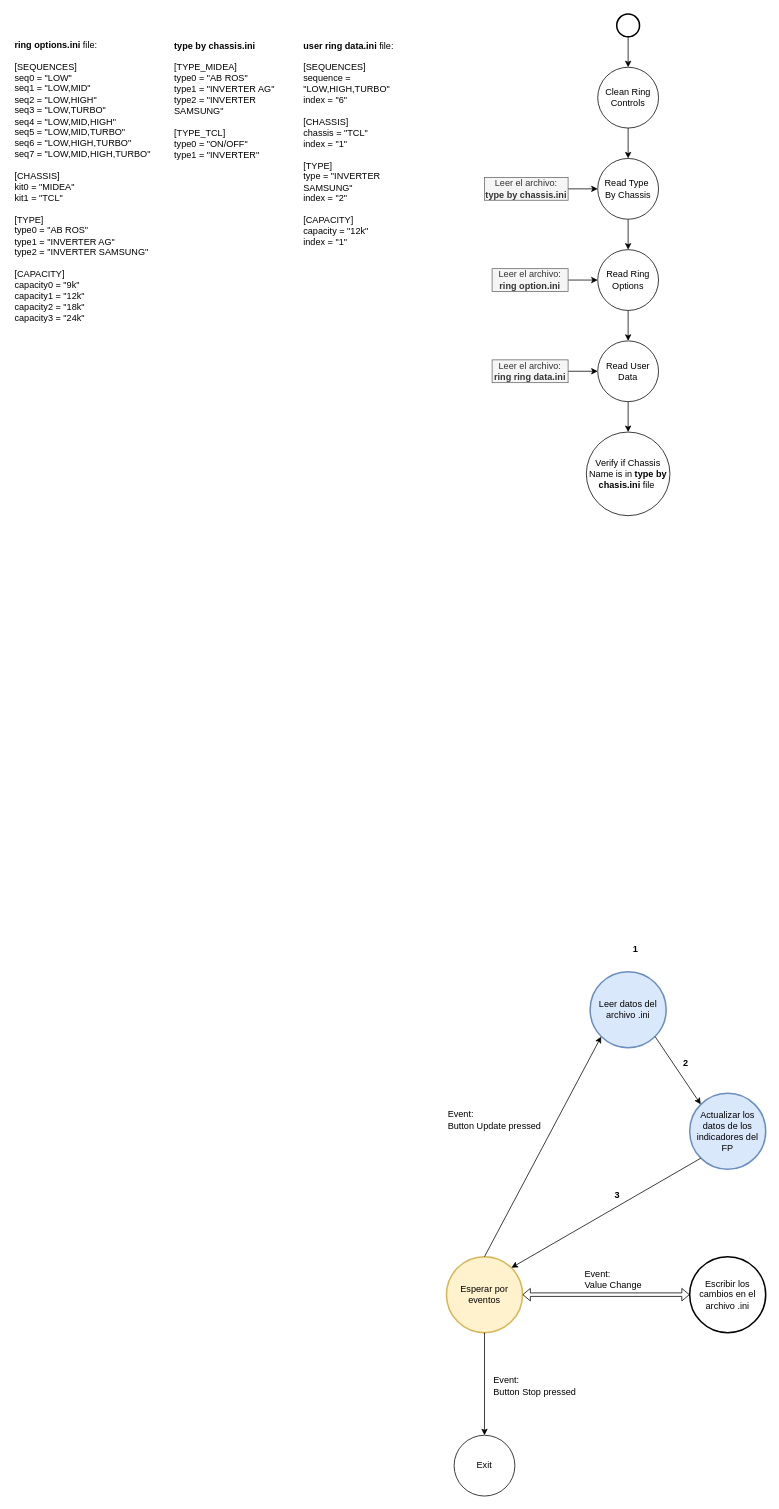
Above: page "Página-2" (2 of 2) of documentation/Diagrama de flujo2.drawio in rnt-code/Actualizacion-Dinamica-y-Persistente-de-Datos-en-el-Panel-Frontal (draw.io), before the change. Source tidied: cells renumbered, new cells numbered last; positions are measured from the earlier drawing's top-left corner, leaving out a move shared by most shapes. Both pictures are drawn from the tidied source at 76%, with x=0, y=0 at pixel (13, 14).
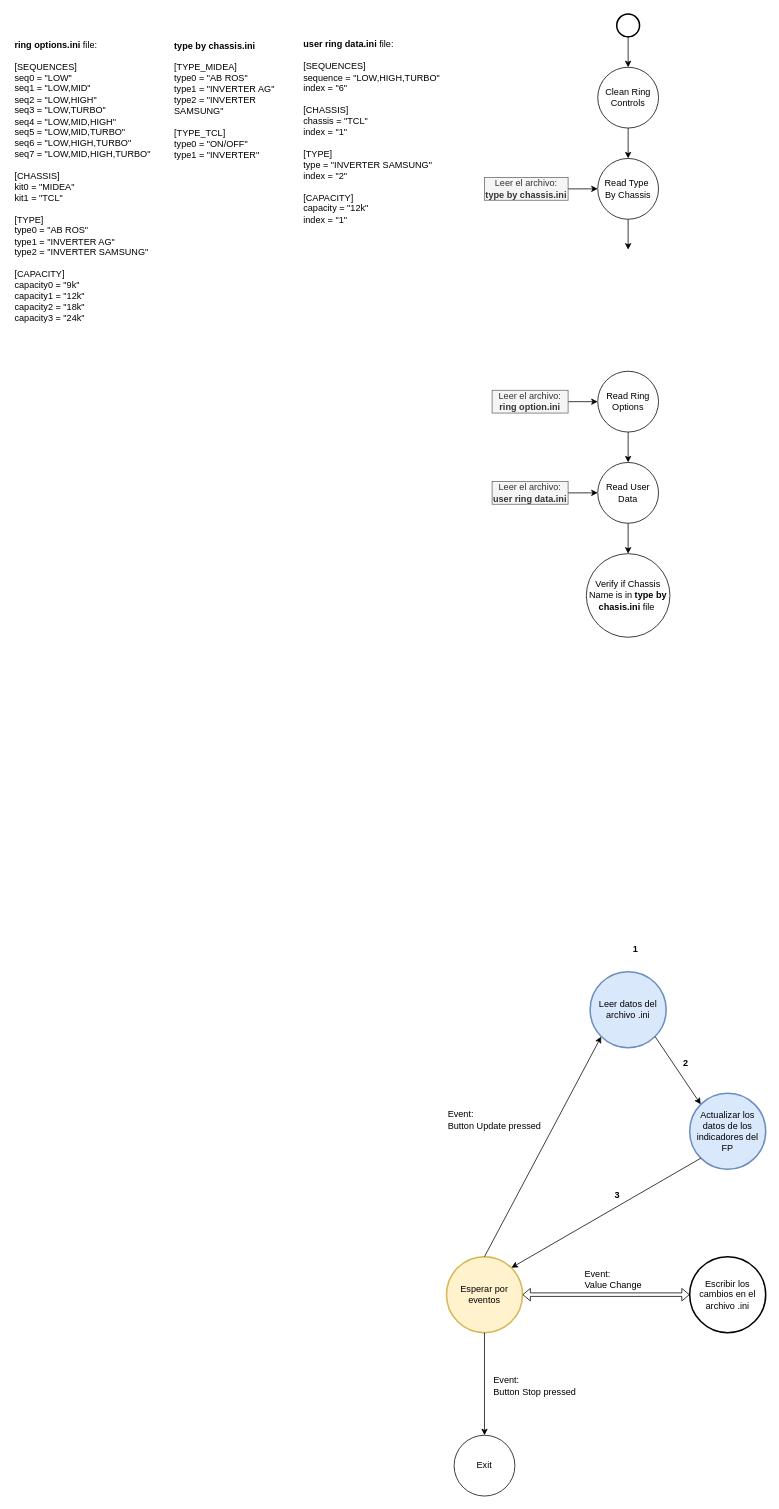
After the change.

Unchanged cells that the change refers to:
```xml
<mxCell id="32" value="Read Type&amp;nbsp;&lt;div&gt;By Chassis&lt;/div&gt;" style="ellipse;whiteSpace=wrap;html=1;" parent="1" vertex="1">
  <mxGeometry x="769" y="190" width="80" height="80" as="geometry" />
</mxCell>
```

What changed in the source:
```diff
@@
     <mxCell id="22" value="Verify if Chassis Name is in &lt;b&gt;type by chasis.ini&lt;/b&gt; file&amp;nbsp;" style="ellipse;whiteSpace=wrap;html=1;" parent="1" vertex="1">
-      <mxGeometry x="754" y="550" width="110" height="110" as="geometry" />
+      <mxGeometry x="754" y="710" width="110" height="110" as="geometry" />
     </mxCell>
@@
     <mxCell id="24" value="Read Ring Options" style="ellipse;whiteSpace=wrap;html=1;" parent="1" vertex="1">
-      <mxGeometry x="769" y="310" width="80" height="80" as="geometry" />
+      <mxGeometry x="769" y="470" width="80" height="80" as="geometry" />
     </mxCell>
     <mxCell id="25" style="edgeStyle=orthogonalEdgeStyle;rounded=0;jettySize=auto;html=1;exitX=1;exitY=0.5;exitDx=0;exitDy=0;entryX=0;entryY=0.5;entryDx=0;entryDy=0;" parent="1" edge="1" source="26">
       <mxGeometry relative="1" as="geometry">
-        <mxPoint x="769" y="470" as="targetPoint" />
+        <mxPoint x="769" y="630" as="targetPoint" />
       </mxGeometry>
     </mxCell>
-    <mxCell id="26" value="Leer el archivo: &lt;b&gt;ring ring data.ini&lt;/b&gt;" style="text;html=1;strokeColor=#666666;fillColor=#f5f5f5;align=center;verticalAlign=middle;whiteSpace=wrap;rounded=0;fontColor=#333333;" parent="1" vertex="1">
-      <mxGeometry x="630" y="455" width="100" height="30" as="geometry" />
+    <mxCell id="26" value="Leer el archivo: &lt;b&gt;user&amp;nbsp;ring data.ini&lt;/b&gt;" style="text;html=1;strokeColor=#666666;fillColor=#f5f5f5;align=center;verticalAlign=middle;whiteSpace=wrap;rounded=0;fontColor=#333333;" parent="1" vertex="1">
+      <mxGeometry x="630" y="615" width="100" height="30" as="geometry" />
     </mxCell>
@@
     <mxCell id="28" value="Read User Data" style="ellipse;whiteSpace=wrap;html=1;" parent="1" vertex="1">
-      <mxGeometry x="769" y="430" width="80" height="80" as="geometry" />
+      <mxGeometry x="769" y="590" width="80" height="80" as="geometry" />
     </mxCell>
@@
-    <mxCell id="31" style="edgeStyle=orthogonalEdgeStyle;rounded=0;jettySize=auto;html=1;exitX=0.5;exitY=1;exitDx=0;exitDy=0;entryX=0.5;entryY=0;entryDx=0;entryDy=0;" parent="1" edge="1" source="32" target="24">
-      <mxGeometry relative="1" as="geometry" />
+    <mxCell id="31" style="edgeStyle=orthogonalEdgeStyle;rounded=0;jettySize=auto;html=1;exitX=0.5;exitY=1;exitDx=0;exitDy=0;" parent="1" edge="1" source="32">
+      <mxGeometry relative="1" as="geometry">
+        <mxPoint x="809" y="310" as="targetPoint" />
+      </mxGeometry>
     </mxCell>
@@
     <mxCell id="33" style="edgeStyle=orthogonalEdgeStyle;rounded=0;jettySize=auto;html=1;exitX=1;exitY=0.5;exitDx=0;exitDy=0;entryX=0;entryY=0.5;entryDx=0;entryDy=0;" parent="1" edge="1" source="34">
       <mxGeometry relative="1" as="geometry">
-        <mxPoint x="769" y="350" as="targetPoint" />
+        <mxPoint x="769" y="510" as="targetPoint" />
       </mxGeometry>
     </mxCell>
     <mxCell id="34" value="Leer el archivo: &lt;b&gt;ring option.ini&lt;/b&gt;" style="text;html=1;strokeColor=#666666;fillColor=#f5f5f5;align=center;verticalAlign=middle;whiteSpace=wrap;rounded=0;fontColor=#333333;" parent="1" vertex="1">
-      <mxGeometry x="630" y="335" width="100" height="30" as="geometry" />
+      <mxGeometry x="630" y="495" width="100" height="30" as="geometry" />
     </mxCell>
-    <mxCell id="35" style="group;" parent="1" vertex="1">
-      <mxGeometry y="30" width="530" height="380" as="geometry" />
-    </mxCell>
-    <mxCell id="36" value="&lt;div&gt;&lt;b&gt;user ring data.ini&lt;/b&gt; file:&lt;/div&gt;&lt;div&gt;&lt;br&gt;&lt;/div&gt;&lt;div&gt;[SEQUENCES]&lt;/div&gt;&lt;div&gt;sequence = &quot;LOW,HIGH,TURBO&quot;&lt;/div&gt;&lt;div&gt;index = &quot;6&quot;&lt;/div&gt;&lt;div&gt;&lt;br&gt;&lt;/div&gt;&lt;div&gt;[CHASSIS]&lt;/div&gt;&lt;div&gt;chassis = &quot;TCL&quot;&lt;/div&gt;&lt;div&gt;index = &quot;1&quot;&lt;/div&gt;&lt;div&gt;&lt;br&gt;&lt;/div&gt;&lt;div&gt;[TYPE]&lt;/div&gt;&lt;div&gt;type = &quot;INVERTER SAMSUNG&quot;&lt;/div&gt;&lt;div&gt;index = &quot;2&quot;&lt;/div&gt;&lt;div&gt;&lt;br&gt;&lt;/div&gt;&lt;div&gt;[CAPACITY]&lt;/div&gt;&lt;div&gt;capacity = &quot;12k&quot;&lt;/div&gt;&lt;div&gt;index = &quot;1&quot;&lt;/div&gt;" style="text;html=1;strokeColor=none;fillColor=none;align=left;verticalAlign=bottom;whiteSpace=wrap;rounded=0;" parent="35" vertex="1">
-      <mxGeometry x="380" width="150" height="280" as="geometry" />
+    <mxCell id="36" value="&lt;div&gt;&lt;b&gt;user ring data.ini&lt;/b&gt; file:&lt;/div&gt;&lt;div&gt;&lt;br&gt;&lt;/div&gt;&lt;div&gt;[SEQUENCES]&lt;/div&gt;&lt;div&gt;sequence = &quot;LOW,HIGH,TURBO&quot;&lt;/div&gt;&lt;div&gt;index = &quot;6&quot;&lt;/div&gt;&lt;div&gt;&lt;br&gt;&lt;/div&gt;&lt;div&gt;[CHASSIS]&lt;/div&gt;&lt;div&gt;chassis = &quot;TCL&quot;&lt;/div&gt;&lt;div&gt;index = &quot;1&quot;&lt;/div&gt;&lt;div&gt;&lt;br&gt;&lt;/div&gt;&lt;div&gt;[TYPE]&lt;/div&gt;&lt;div&gt;type = &quot;INVERTER SAMSUNG&quot;&lt;/div&gt;&lt;div&gt;index = &quot;2&quot;&lt;/div&gt;&lt;div&gt;&lt;br&gt;&lt;/div&gt;&lt;div&gt;[CAPACITY]&lt;/div&gt;&lt;div&gt;capacity = &quot;12k&quot;&lt;/div&gt;&lt;div&gt;index = &quot;1&quot;&lt;/div&gt;" style="text;html=1;strokeColor=none;fillColor=none;align=left;verticalAlign=bottom;whiteSpace=wrap;rounded=0;" parent="1" vertex="1">
+      <mxGeometry x="380" y="30" width="200" height="250" as="geometry" />
     </mxCell>
-    <mxCell id="37" value="&lt;div&gt;&lt;b&gt;type by chassis.ini&lt;/b&gt;&lt;/div&gt;&lt;div&gt;&lt;br&gt;&lt;/div&gt;&lt;div&gt;[TYPE_MIDEA]&lt;/div&gt;&lt;div&gt;type0 = &quot;AB ROS&quot;&lt;/div&gt;&lt;div&gt;type1 = &quot;INVERTER AG&quot;&lt;/div&gt;&lt;div&gt;type2 = &quot;INVERTER SAMSUNG&quot;&lt;/div&gt;&lt;div&gt;&lt;br&gt;&lt;/div&gt;&lt;div&gt;[TYPE_TCL]&lt;/div&gt;&lt;div&gt;type0 = &quot;ON/OFF&quot;&lt;/div&gt;&lt;div&gt;type1 = &quot;INVERTER&quot;&lt;/div&gt;" style="text;html=1;align=left;verticalAlign=bottom;whiteSpace=wrap;rounded=0;" parent="35" vertex="1">
-      <mxGeometry x="210" width="170" height="165" as="geometry" />
+    <mxCell id="37" value="&lt;div&gt;&lt;b&gt;type by chassis.ini&lt;/b&gt;&lt;/div&gt;&lt;div&gt;&lt;br&gt;&lt;/div&gt;&lt;div&gt;[TYPE_MIDEA]&lt;/div&gt;&lt;div&gt;type0 = &quot;AB ROS&quot;&lt;/div&gt;&lt;div&gt;type1 = &quot;INVERTER AG&quot;&lt;/div&gt;&lt;div&gt;type2 = &quot;INVERTER SAMSUNG&quot;&lt;/div&gt;&lt;div&gt;&lt;br&gt;&lt;/div&gt;&lt;div&gt;[TYPE_TCL]&lt;/div&gt;&lt;div&gt;type0 = &quot;ON/OFF&quot;&lt;/div&gt;&lt;div&gt;type1 = &quot;INVERTER&quot;&lt;/div&gt;" style="text;html=1;align=left;verticalAlign=bottom;whiteSpace=wrap;rounded=0;" parent="1" vertex="1">
+      <mxGeometry x="210" y="30" width="170" height="165" as="geometry" />
     </mxCell>
-    <mxCell id="38" value="&lt;div style=&quot;text-wrap-mode: nowrap;&quot;&gt;&lt;b&gt;ring options.ini&lt;/b&gt;&amp;nbsp;file:&lt;/div&gt;&lt;div style=&quot;text-wrap-mode: nowrap;&quot;&gt;&lt;br&gt;&lt;/div&gt;&lt;div style=&quot;text-wrap-mode: nowrap;&quot;&gt;[SEQUENCES]&lt;/div&gt;&lt;div style=&quot;text-wrap-mode: nowrap;&quot;&gt;seq0 = &quot;LOW&quot;&lt;/div&gt;&lt;div style=&quot;text-wrap-mode: nowrap;&quot;&gt;seq1 = &quot;LOW,MID&quot;&lt;/div&gt;&lt;div style=&quot;text-wrap-mode: nowrap;&quot;&gt;seq2 = &quot;LOW,HIGH&quot;&lt;/div&gt;&lt;div style=&quot;text-wrap-mode: nowrap;&quot;&gt;seq3 = &quot;LOW,TURBO&quot;&lt;/div&gt;&lt;div style=&quot;text-wrap-mode: nowrap;&quot;&gt;seq4 = &quot;LOW,MID,HIGH&quot;&lt;/div&gt;&lt;div style=&quot;text-wrap-mode: nowrap;&quot;&gt;seq5 = &quot;LOW,MID,TURBO&quot;&lt;/div&gt;&lt;div style=&quot;text-wrap-mode: nowrap;&quot;&gt;seq6 = &quot;LOW,HIGH,TURBO&quot;&lt;/div&gt;&lt;div style=&quot;text-wrap-mode: nowrap;&quot;&gt;seq7 = &quot;LOW,MID,HIGH,TURBO&quot;&lt;/div&gt;&lt;div style=&quot;text-wrap-mode: nowrap;&quot;&gt;&lt;br&gt;&lt;/div&gt;&lt;div style=&quot;text-wrap-mode: nowrap;&quot;&gt;[CHASSIS]&lt;/div&gt;&lt;div style=&quot;text-wrap-mode: nowrap;&quot;&gt;kit0 = &quot;MIDEA&quot;&lt;/div&gt;&lt;div style=&quot;text-wrap-mode: nowrap;&quot;&gt;kit1 = &quot;TCL&quot;&lt;/div&gt;&lt;div style=&quot;text-wrap-mode: nowrap;&quot;&gt;&lt;br&gt;&lt;/div&gt;&lt;div style=&quot;text-wrap-mode: nowrap;&quot;&gt;[TYPE]&lt;/div&gt;&lt;div style=&quot;text-wrap-mode: nowrap;&quot;&gt;type0 = &quot;AB ROS&quot;&lt;/div&gt;&lt;div style=&quot;text-wrap-mode: nowrap;&quot;&gt;type1 = &quot;INVERTER AG&quot;&lt;/div&gt;&lt;div style=&quot;text-wrap-mode: nowrap;&quot;&gt;type2 = &quot;INVERTER SAMSUNG&quot;&lt;/div&gt;&lt;div style=&quot;text-wrap-mode: nowrap;&quot;&gt;&lt;br&gt;&lt;/div&gt;&lt;div style=&quot;text-wrap-mode: nowrap;&quot;&gt;[CAPACITY]&lt;/div&gt;&lt;div style=&quot;text-wrap-mode: nowrap;&quot;&gt;capacity0 = &quot;9k&quot;&lt;/div&gt;&lt;div style=&quot;text-wrap-mode: nowrap;&quot;&gt;capacity1 = &quot;12k&quot;&lt;/div&gt;&lt;div style=&quot;text-wrap-mode: nowrap;&quot;&gt;capacity2 = &quot;18k&quot;&lt;/div&gt;&lt;div style=&quot;text-wrap-mode: nowrap;&quot;&gt;capacity3 = &quot;24k&quot;&lt;/div&gt;" style="text;html=1;align=left;verticalAlign=bottom;whiteSpace=wrap;rounded=0;" parent="35" vertex="1">
-      <mxGeometry width="210" height="380" as="geometry" />
+    <mxCell id="38" value="&lt;div style=&quot;text-wrap-mode: nowrap;&quot;&gt;&lt;b&gt;ring options.ini&lt;/b&gt;&amp;nbsp;file:&lt;/div&gt;&lt;div style=&quot;text-wrap-mode: nowrap;&quot;&gt;&lt;br&gt;&lt;/div&gt;&lt;div style=&quot;text-wrap-mode: nowrap;&quot;&gt;[SEQUENCES]&lt;/div&gt;&lt;div style=&quot;text-wrap-mode: nowrap;&quot;&gt;seq0 = &quot;LOW&quot;&lt;/div&gt;&lt;div style=&quot;text-wrap-mode: nowrap;&quot;&gt;seq1 = &quot;LOW,MID&quot;&lt;/div&gt;&lt;div style=&quot;text-wrap-mode: nowrap;&quot;&gt;seq2 = &quot;LOW,HIGH&quot;&lt;/div&gt;&lt;div style=&quot;text-wrap-mode: nowrap;&quot;&gt;seq3 = &quot;LOW,TURBO&quot;&lt;/div&gt;&lt;div style=&quot;text-wrap-mode: nowrap;&quot;&gt;seq4 = &quot;LOW,MID,HIGH&quot;&lt;/div&gt;&lt;div style=&quot;text-wrap-mode: nowrap;&quot;&gt;seq5 = &quot;LOW,MID,TURBO&quot;&lt;/div&gt;&lt;div style=&quot;text-wrap-mode: nowrap;&quot;&gt;seq6 = &quot;LOW,HIGH,TURBO&quot;&lt;/div&gt;&lt;div style=&quot;text-wrap-mode: nowrap;&quot;&gt;seq7 = &quot;LOW,MID,HIGH,TURBO&quot;&lt;/div&gt;&lt;div style=&quot;text-wrap-mode: nowrap;&quot;&gt;&lt;br&gt;&lt;/div&gt;&lt;div style=&quot;text-wrap-mode: nowrap;&quot;&gt;[CHASSIS]&lt;/div&gt;&lt;div style=&quot;text-wrap-mode: nowrap;&quot;&gt;kit0 = &quot;MIDEA&quot;&lt;/div&gt;&lt;div style=&quot;text-wrap-mode: nowrap;&quot;&gt;kit1 = &quot;TCL&quot;&lt;/div&gt;&lt;div style=&quot;text-wrap-mode: nowrap;&quot;&gt;&lt;br&gt;&lt;/div&gt;&lt;div style=&quot;text-wrap-mode: nowrap;&quot;&gt;[TYPE]&lt;/div&gt;&lt;div style=&quot;text-wrap-mode: nowrap;&quot;&gt;type0 = &quot;AB ROS&quot;&lt;/div&gt;&lt;div style=&quot;text-wrap-mode: nowrap;&quot;&gt;type1 = &quot;INVERTER AG&quot;&lt;/div&gt;&lt;div style=&quot;text-wrap-mode: nowrap;&quot;&gt;type2 = &quot;INVERTER SAMSUNG&quot;&lt;/div&gt;&lt;div style=&quot;text-wrap-mode: nowrap;&quot;&gt;&lt;br&gt;&lt;/div&gt;&lt;div style=&quot;text-wrap-mode: nowrap;&quot;&gt;[CAPACITY]&lt;/div&gt;&lt;div style=&quot;text-wrap-mode: nowrap;&quot;&gt;capacity0 = &quot;9k&quot;&lt;/div&gt;&lt;div style=&quot;text-wrap-mode: nowrap;&quot;&gt;capacity1 = &quot;12k&quot;&lt;/div&gt;&lt;div style=&quot;text-wrap-mode: nowrap;&quot;&gt;capacity2 = &quot;18k&quot;&lt;/div&gt;&lt;div style=&quot;text-wrap-mode: nowrap;&quot;&gt;capacity3 = &quot;24k&quot;&lt;/div&gt;" style="text;html=1;align=left;verticalAlign=bottom;whiteSpace=wrap;rounded=0;" parent="1" vertex="1">
+      <mxGeometry y="30" width="210" height="380" as="geometry" />
     </mxCell>
```
